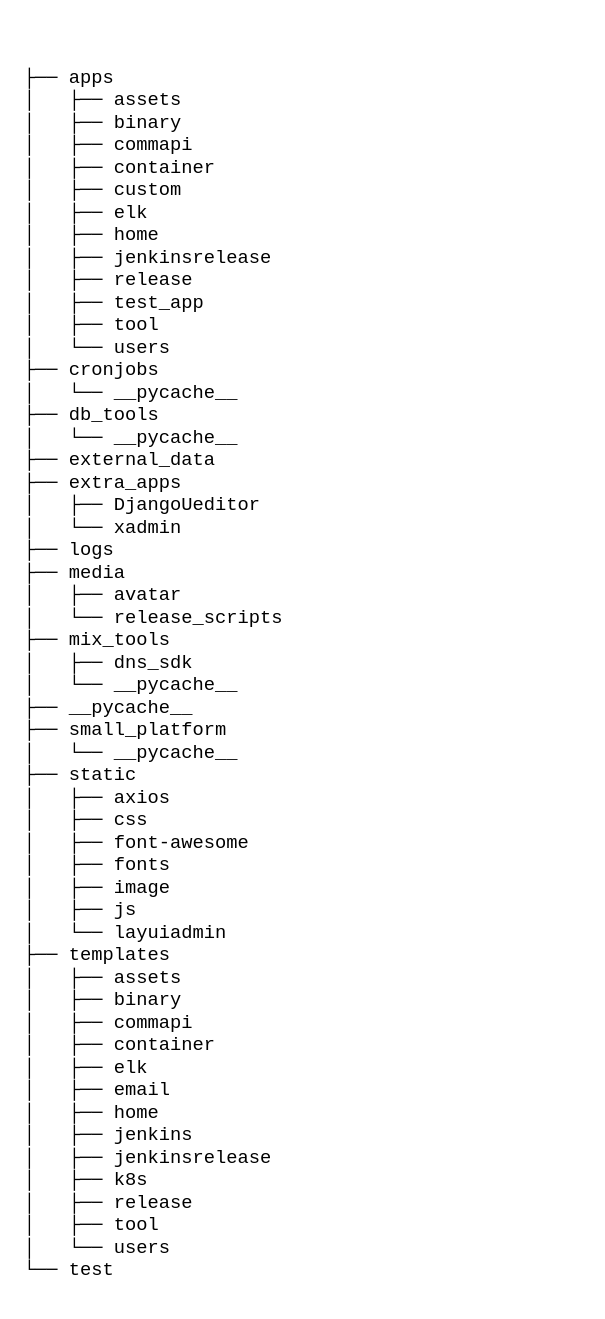
This is directory structure of svp.drawio from frank-dc/drawpics, a draw.io file, before an edit. Source tidied: cells renumbered, new cells numbered last; positions are measured from the earlier drawing's top-left corner, leaving out a move shared by most shapes. Both pictures are drawn from the tidied source at 125%, with x=0, y=0 at pixel (21, 21).
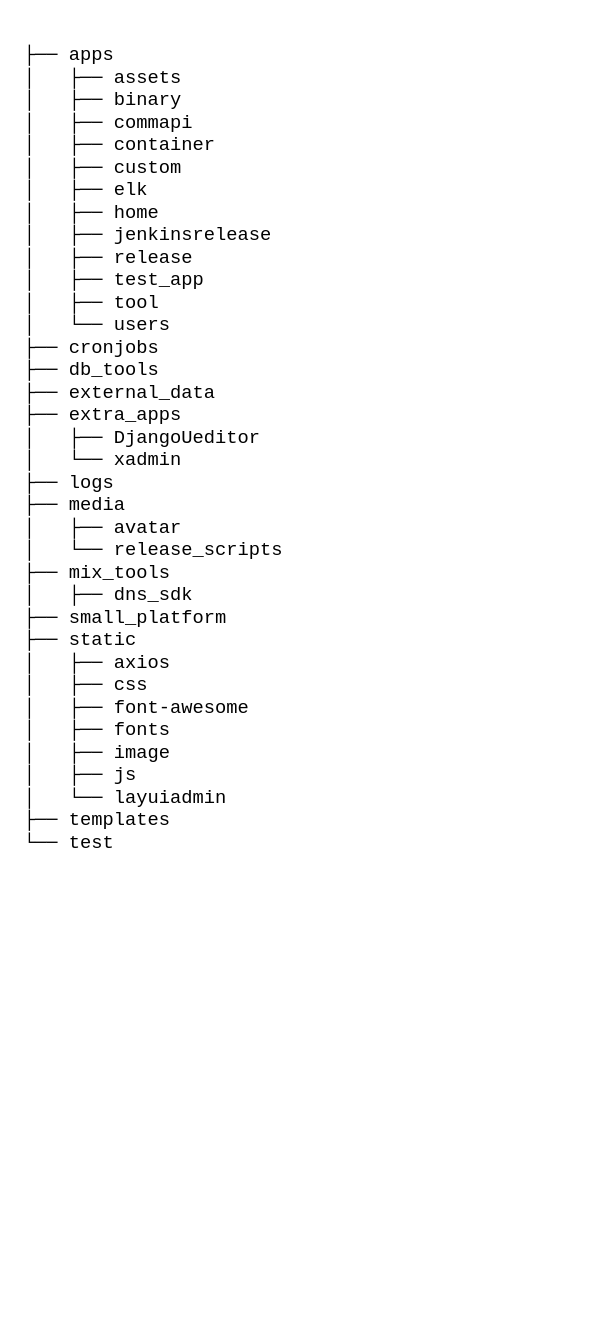
Above is the later version.

What changed in the source:
```diff
@@
 <mxGraphModel>
   <root>
     <mxCell id="0" />
     <mxCell id="1" parent="0" />
-    <mxCell id="2" value="&lt;p&gt;&lt;font face=&quot;Courier New&quot;&gt;&lt;font style=&quot;font-size: 15px;&quot;&gt;&lt;br&gt;&lt;/font&gt;&lt;font style=&quot;font-size: 15px;&quot;&gt;├── apps&lt;br&gt;&lt;/font&gt;&lt;font style=&quot;font-size: 15px;&quot;&gt;│&amp;nbsp; &amp;nbsp;├── assets&lt;br&gt;&lt;/font&gt;&lt;font style=&quot;font-size: 15px;&quot;&gt;│&amp;nbsp; &amp;nbsp;├── binary&lt;br&gt;&lt;/font&gt;&lt;font style=&quot;font-size: 15px;&quot;&gt;│&amp;nbsp; &amp;nbsp;├── commapi&lt;br&gt;&lt;/font&gt;&lt;font style=&quot;font-size: 15px;&quot;&gt;│&amp;nbsp; &amp;nbsp;├── container&lt;br&gt;&lt;/font&gt;&lt;font style=&quot;font-size: 15px;&quot;&gt;│&amp;nbsp; &amp;nbsp;├── custom&lt;br&gt;&lt;/font&gt;&lt;font style=&quot;font-size: 15px;&quot;&gt;│&amp;nbsp; &amp;nbsp;├── elk&lt;br&gt;&lt;/font&gt;&lt;font style=&quot;font-size: 15px;&quot;&gt;│&amp;nbsp; &amp;nbsp;├── home&lt;br&gt;&lt;/font&gt;&lt;font style=&quot;font-size: 15px;&quot;&gt;│&amp;nbsp; &amp;nbsp;├── jenkinsrelease&lt;br&gt;&lt;/font&gt;&lt;font style=&quot;font-size: 15px;&quot;&gt;│&amp;nbsp; &amp;nbsp;├── release&lt;br&gt;&lt;/font&gt;&lt;font style=&quot;font-size: 15px;&quot;&gt;│&amp;nbsp; &amp;nbsp;├── test_app&lt;br&gt;&lt;/font&gt;&lt;font style=&quot;font-size: 15px;&quot;&gt;│&amp;nbsp; &amp;nbsp;├── tool&lt;br&gt;&lt;/font&gt;&lt;font style=&quot;font-size: 15px;&quot;&gt;│&amp;nbsp; &amp;nbsp;└── users&lt;br&gt;&lt;/font&gt;&lt;font style=&quot;font-size: 15px;&quot;&gt;├── cronjobs&lt;br&gt;&lt;/font&gt;&lt;font style=&quot;font-size: 15px;&quot;&gt;│&amp;nbsp; &amp;nbsp;└── __pycache__&lt;br&gt;&lt;/font&gt;&lt;font style=&quot;font-size: 15px;&quot;&gt;├── db_tools&lt;br&gt;&lt;/font&gt;&lt;font style=&quot;font-size: 15px;&quot;&gt;│&amp;nbsp; &amp;nbsp;└── __pycache__&lt;br&gt;&lt;/font&gt;&lt;font style=&quot;font-size: 15px;&quot;&gt;├── external_data&lt;br&gt;&lt;/font&gt;&lt;font style=&quot;font-size: 15px;&quot;&gt;├── extra_apps&lt;br&gt;&lt;/font&gt;&lt;font style=&quot;font-size: 15px;&quot;&gt;│&amp;nbsp; &amp;nbsp;├── DjangoUeditor&lt;br&gt;&lt;/font&gt;&lt;font style=&quot;font-size: 15px;&quot;&gt;│&amp;nbsp; &amp;nbsp;└── xadmin&lt;br&gt;&lt;/font&gt;&lt;font style=&quot;font-size: 15px;&quot;&gt;├── logs&lt;br&gt;&lt;/font&gt;&lt;font style=&quot;font-size: 15px;&quot;&gt;├── media&lt;br&gt;&lt;/font&gt;&lt;font style=&quot;font-size: 15px;&quot;&gt;│&amp;nbsp; &amp;nbsp;├── avatar&lt;br&gt;&lt;/font&gt;&lt;font style=&quot;font-size: 15px;&quot;&gt;│&amp;nbsp; &amp;nbsp;└── release_scripts&lt;br&gt;&lt;/font&gt;&lt;font style=&quot;font-size: 15px;&quot;&gt;├── mix_tools&lt;br&gt;&lt;/font&gt;&lt;font style=&quot;font-size: 15px;&quot;&gt;│&amp;nbsp; &amp;nbsp;├── dns_sdk&lt;br&gt;&lt;/font&gt;&lt;font style=&quot;font-size: 15px;&quot;&gt;│&amp;nbsp; &amp;nbsp;└── __pycache__&lt;br&gt;&lt;/font&gt;&lt;font style=&quot;font-size: 15px;&quot;&gt;├── __pycache__&lt;br&gt;&lt;/font&gt;&lt;font style=&quot;font-size: 15px;&quot;&gt;├── small_platform&lt;br&gt;&lt;/font&gt;&lt;font style=&quot;font-size: 15px;&quot;&gt;│&amp;nbsp; &amp;nbsp;└── __pycache__&lt;br&gt;&lt;/font&gt;&lt;font style=&quot;font-size: 15px;&quot;&gt;├── static&lt;br&gt;&lt;/font&gt;&lt;font style=&quot;font-size: 15px;&quot;&gt;│&amp;nbsp; &amp;nbsp;├── axios&lt;br&gt;&lt;/font&gt;&lt;font style=&quot;font-size: 15px;&quot;&gt;│&amp;nbsp; &amp;nbsp;├── css&lt;br&gt;&lt;/font&gt;&lt;font style=&quot;font-size: 15px;&quot;&gt;│&amp;nbsp; &amp;nbsp;├── font-awesome&lt;br&gt;&lt;/font&gt;&lt;font style=&quot;font-size: 15px;&quot;&gt;│&amp;nbsp; &amp;nbsp;├── fonts&lt;br&gt;&lt;/font&gt;&lt;font style=&quot;font-size: 15px;&quot;&gt;│&amp;nbsp; &amp;nbsp;├── image&lt;br&gt;&lt;/font&gt;&lt;font style=&quot;font-size: 15px;&quot;&gt;│&amp;nbsp; &amp;nbsp;├── js&lt;br&gt;&lt;/font&gt;&lt;font style=&quot;font-size: 15px;&quot;&gt;│&amp;nbsp; &amp;nbsp;└── layuiadmin&lt;br&gt;&lt;/font&gt;&lt;font style=&quot;font-size: 15px;&quot;&gt;├── templates&lt;br&gt;&lt;/font&gt;&lt;font style=&quot;font-size: 15px;&quot;&gt;│&amp;nbsp; &amp;nbsp;├── assets&lt;br&gt;&lt;/font&gt;&lt;font style=&quot;font-size: 15px;&quot;&gt;│&amp;nbsp; &amp;nbsp;├── binary&lt;br&gt;&lt;/font&gt;&lt;font style=&quot;font-size: 15px;&quot;&gt;│&amp;nbsp; &amp;nbsp;├── commapi&lt;br&gt;&lt;/font&gt;&lt;font style=&quot;font-size: 15px;&quot;&gt;│&amp;nbsp; &amp;nbsp;├── container&lt;br&gt;&lt;/font&gt;&lt;font style=&quot;font-size: 15px;&quot;&gt;│&amp;nbsp; &amp;nbsp;├── elk&lt;br&gt;&lt;/font&gt;&lt;font style=&quot;font-size: 15px;&quot;&gt;│&amp;nbsp; &amp;nbsp;├── email&lt;br&gt;&lt;/font&gt;&lt;font style=&quot;font-size: 15px;&quot;&gt;│&amp;nbsp; &amp;nbsp;├── home&lt;br&gt;&lt;/font&gt;&lt;font style=&quot;font-size: 15px;&quot;&gt;│&amp;nbsp; &amp;nbsp;├── jenkins&lt;br&gt;&lt;/font&gt;&lt;font style=&quot;font-size: 15px;&quot;&gt;│&amp;nbsp; &amp;nbsp;├── jenkinsrelease&lt;br&gt;&lt;/font&gt;&lt;font style=&quot;font-size: 15px;&quot;&gt;│&amp;nbsp; &amp;nbsp;├── k8s&lt;br&gt;&lt;/font&gt;&lt;font style=&quot;font-size: 15px;&quot;&gt;│&amp;nbsp; &amp;nbsp;├── release&lt;br&gt;&lt;/font&gt;&lt;font style=&quot;font-size: 15px;&quot;&gt;│&amp;nbsp; &amp;nbsp;├── tool&lt;br&gt;&lt;/font&gt;&lt;font style=&quot;font-size: 15px;&quot;&gt;│&amp;nbsp; &amp;nbsp;└── users&lt;br&gt;&lt;/font&gt;&lt;font style=&quot;font-size: 15px;&quot;&gt;└── test&lt;/font&gt;&lt;/font&gt;&lt;/p&gt;" style="text;whiteSpace=wrap;html=1;" parent="1" vertex="1">
-      <mxGeometry width="330" height="790" as="geometry" />
+    <mxCell id="2" value="&lt;p&gt;&lt;font face=&quot;Courier New&quot;&gt;&lt;font style=&quot;font-size: 15px;&quot;&gt;├── apps&lt;br&gt;&lt;/font&gt;&lt;font style=&quot;font-size: 15px;&quot;&gt;│&amp;nbsp; &amp;nbsp;├── assets&lt;br&gt;&lt;/font&gt;&lt;font style=&quot;font-size: 15px;&quot;&gt;│&amp;nbsp; &amp;nbsp;├── binary&lt;br&gt;&lt;/font&gt;&lt;font style=&quot;font-size: 15px;&quot;&gt;│&amp;nbsp; &amp;nbsp;├── commapi&lt;br&gt;&lt;/font&gt;&lt;font style=&quot;font-size: 15px;&quot;&gt;│&amp;nbsp; &amp;nbsp;├── container&lt;br&gt;&lt;/font&gt;&lt;font style=&quot;font-size: 15px;&quot;&gt;│&amp;nbsp; &amp;nbsp;├── custom&lt;br&gt;&lt;/font&gt;&lt;font style=&quot;font-size: 15px;&quot;&gt;│&amp;nbsp; &amp;nbsp;├── elk&lt;br&gt;&lt;/font&gt;&lt;font style=&quot;font-size: 15px;&quot;&gt;│&amp;nbsp; &amp;nbsp;├── home&lt;br&gt;&lt;/font&gt;&lt;font style=&quot;font-size: 15px;&quot;&gt;│&amp;nbsp; &amp;nbsp;├── jenkinsrelease&lt;br&gt;&lt;/font&gt;&lt;font style=&quot;font-size: 15px;&quot;&gt;│&amp;nbsp; &amp;nbsp;├── release&lt;br&gt;&lt;/font&gt;&lt;font style=&quot;font-size: 15px;&quot;&gt;│&amp;nbsp; &amp;nbsp;├── test_app&lt;br&gt;&lt;/font&gt;&lt;font style=&quot;font-size: 15px;&quot;&gt;│&amp;nbsp; &amp;nbsp;├── tool&lt;br&gt;&lt;/font&gt;&lt;font style=&quot;font-size: 15px;&quot;&gt;│&amp;nbsp; &amp;nbsp;└── users&lt;br&gt;&lt;/font&gt;&lt;font style=&quot;font-size: 15px;&quot;&gt;├── cronjobs&lt;/font&gt;&lt;font style=&quot;font-size: 15px;&quot;&gt;&lt;br&gt;&lt;/font&gt;&lt;font style=&quot;font-size: 15px;&quot;&gt;├── db_tools&lt;/font&gt;&lt;font style=&quot;font-size: 15px;&quot;&gt;&lt;br&gt;&lt;/font&gt;&lt;font style=&quot;font-size: 15px;&quot;&gt;├── external_data&lt;br&gt;&lt;/font&gt;&lt;font style=&quot;font-size: 15px;&quot;&gt;├── extra_apps&lt;br&gt;&lt;/font&gt;&lt;font style=&quot;font-size: 15px;&quot;&gt;│&amp;nbsp; &amp;nbsp;├── DjangoUeditor&lt;br&gt;&lt;/font&gt;&lt;font style=&quot;font-size: 15px;&quot;&gt;│&amp;nbsp; &amp;nbsp;└── xadmin&lt;br&gt;&lt;/font&gt;&lt;font style=&quot;font-size: 15px;&quot;&gt;├── logs&lt;br&gt;&lt;/font&gt;&lt;font style=&quot;font-size: 15px;&quot;&gt;├── media&lt;br&gt;&lt;/font&gt;&lt;font style=&quot;font-size: 15px;&quot;&gt;│&amp;nbsp; &amp;nbsp;├── avatar&lt;br&gt;&lt;/font&gt;&lt;font style=&quot;font-size: 15px;&quot;&gt;│&amp;nbsp; &amp;nbsp;└── release_scripts&lt;br&gt;&lt;/font&gt;&lt;font style=&quot;font-size: 15px;&quot;&gt;├── mix_tools&lt;br&gt;&lt;/font&gt;&lt;font style=&quot;font-size: 15px;&quot;&gt;│&amp;nbsp; &amp;nbsp;├── dns_sdk&lt;/font&gt;&lt;font style=&quot;font-size: 15px;&quot;&gt;&lt;br&gt;&lt;/font&gt;&lt;font style=&quot;font-size: 15px;&quot;&gt;├── small_platform&lt;/font&gt;&lt;font style=&quot;font-size: 15px;&quot;&gt;&lt;br&gt;&lt;/font&gt;&lt;font style=&quot;font-size: 15px;&quot;&gt;├── static&lt;br&gt;&lt;/font&gt;&lt;font style=&quot;font-size: 15px;&quot;&gt;│&amp;nbsp; &amp;nbsp;├── axios&lt;br&gt;&lt;/font&gt;&lt;font style=&quot;font-size: 15px;&quot;&gt;│&amp;nbsp; &amp;nbsp;├── css&lt;br&gt;&lt;/font&gt;&lt;font style=&quot;font-size: 15px;&quot;&gt;│&amp;nbsp; &amp;nbsp;├── font-awesome&lt;br&gt;&lt;/font&gt;&lt;font style=&quot;font-size: 15px;&quot;&gt;│&amp;nbsp; &amp;nbsp;├── fonts&lt;br&gt;&lt;/font&gt;&lt;font style=&quot;font-size: 15px;&quot;&gt;│&amp;nbsp; &amp;nbsp;├── image&lt;br&gt;&lt;/font&gt;&lt;font style=&quot;font-size: 15px;&quot;&gt;│&amp;nbsp; &amp;nbsp;├── js&lt;br&gt;&lt;/font&gt;&lt;font style=&quot;font-size: 15px;&quot;&gt;│&amp;nbsp; &amp;nbsp;└── layuiadmin&lt;br&gt;&lt;/font&gt;&lt;font style=&quot;font-size: 15px;&quot;&gt;├── templates&lt;/font&gt;&lt;font style=&quot;font-size: 15px;&quot;&gt;&lt;br&gt;&lt;/font&gt;&lt;font style=&quot;font-size: 15px;&quot;&gt;└── test&lt;/font&gt;&lt;/font&gt;&lt;/p&gt;" style="text;whiteSpace=wrap;html=1;" parent="1" vertex="1">
+      <mxGeometry width="450" height="680" as="geometry" />
     </mxCell>
   </root>
 </mxGraphModel>
```
